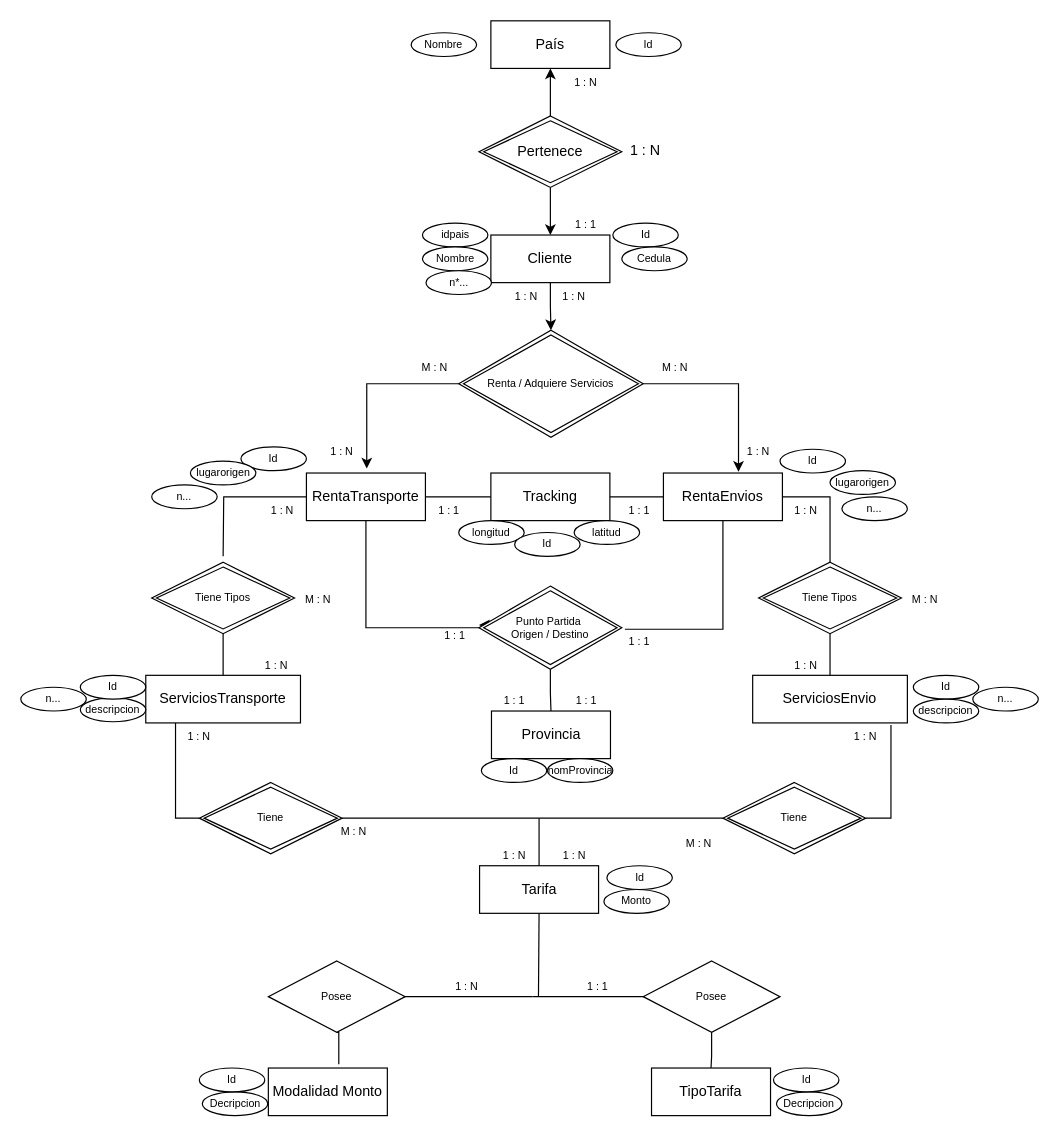
Earlier version of the draw.io diagram Documentation/Trabajo_final_ModeloConceptual.drawio (Edwinroman30/DBA_AGENCIA). Source tidied: cells renumbered, new cells numbered last; positions are measured from the earlier drawing's top-left corner, leaving out a move shared by most shapes. Both pictures are drawn from the tidied source at 119%, with x=0, y=0 at pixel (20, 20).
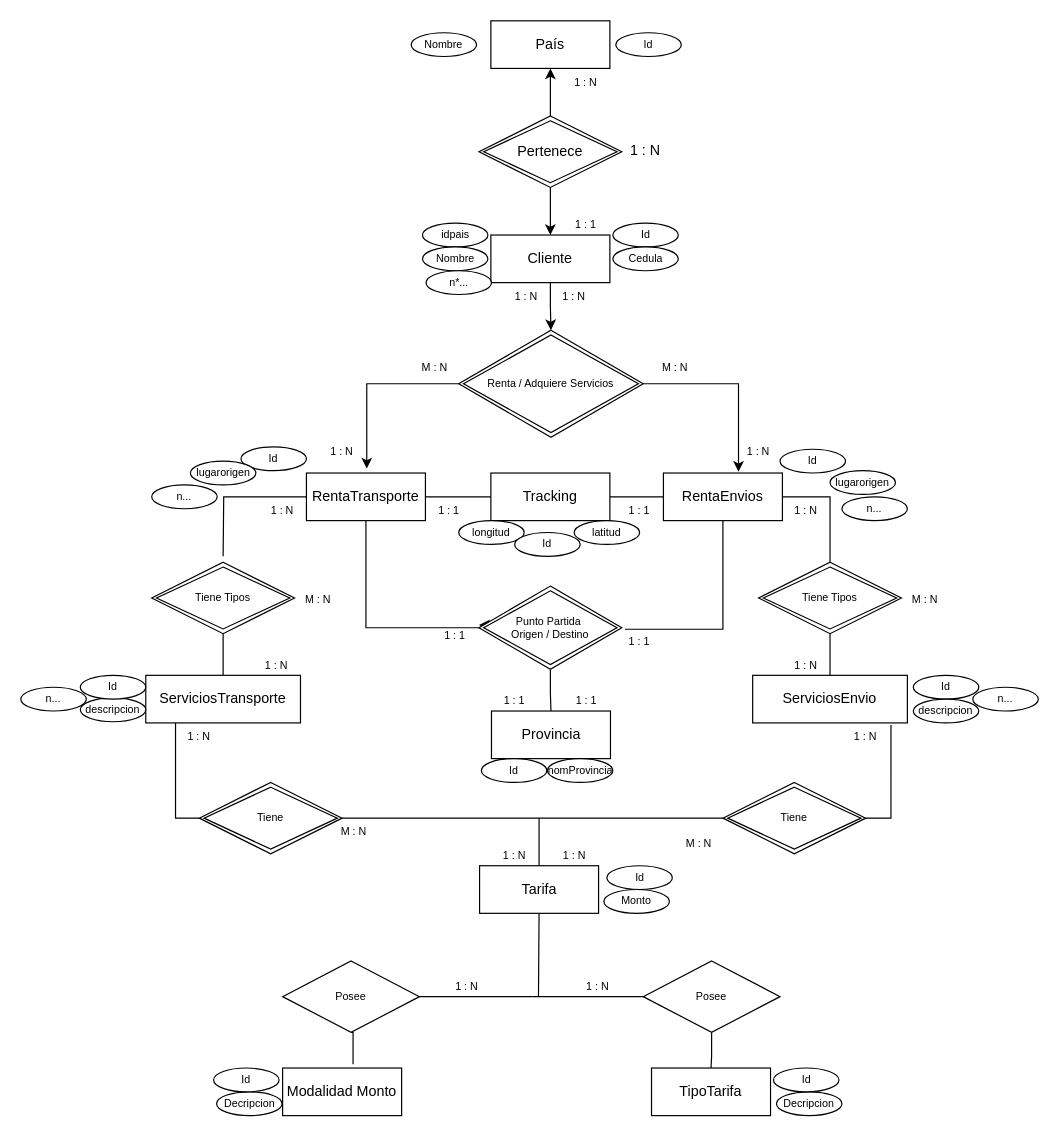
Above is the later version.

Commit message (it also covers changes not shown here):
Ediccion final de los distintos diagramas o esquemas.

What changed in the source:
```diff
@@
     <mxCell id="18" value="Modalidad Monto" style="whiteSpace=wrap;html=1;align=center;" parent="1" vertex="1">
-      <mxGeometry x="208" y="880" width="100" height="40" as="geometry" />
+      <mxGeometry x="220" y="880" width="100" height="40" as="geometry" />
     </mxCell>
@@
     <mxCell id="60" value="Posee" style="shape=rhombus;perimeter=rhombusPerimeter;whiteSpace=wrap;html=1;align=center;fontSize=9;" parent="1" vertex="1">
-      <mxGeometry x="208" y="790" width="115" height="60" as="geometry" />
+      <mxGeometry x="220" y="790" width="115" height="60" as="geometry" />
     </mxCell>
@@
-    <mxCell id="71" value="1 : 1&#10;" style="text;strokeColor=none;fillColor=none;spacingLeft=4;spacingRight=4;overflow=hidden;fontSize=9;align=center;" parent="1" vertex="1">
+    <mxCell id="71" value="1 : N&#10;" style="text;strokeColor=none;fillColor=none;spacingLeft=4;spacingRight=4;overflow=hidden;fontSize=9;align=center;" parent="1" vertex="1">
       <mxGeometry x="465" y="800" width="40" height="20" as="geometry" />
     </mxCell>
@@
     <mxCell id="76" value="Cedula" style="ellipse;whiteSpace=wrap;html=1;align=center;fontSize=9;" parent="1" vertex="1">
-      <mxGeometry x="505" y="190" width="55" height="20" as="geometry" />
+      <mxGeometry x="497.5" y="190" width="55" height="20" as="geometry" />
     </mxCell>
@@
     <mxCell id="101" value="Decripcion" style="ellipse;whiteSpace=wrap;html=1;align=center;fontSize=9;" parent="1" vertex="1">
-      <mxGeometry x="152.5" y="900" width="55" height="20" as="geometry" />
+      <mxGeometry x="164.5" y="900" width="55" height="20" as="geometry" />
     </mxCell>
     <mxCell id="102" value="Id" style="ellipse;whiteSpace=wrap;html=1;align=center;fontSize=9;" parent="1" vertex="1">
-      <mxGeometry x="150" y="880" width="55" height="20" as="geometry" />
+      <mxGeometry x="162" y="880" width="55" height="20" as="geometry" />
     </mxCell>
```
